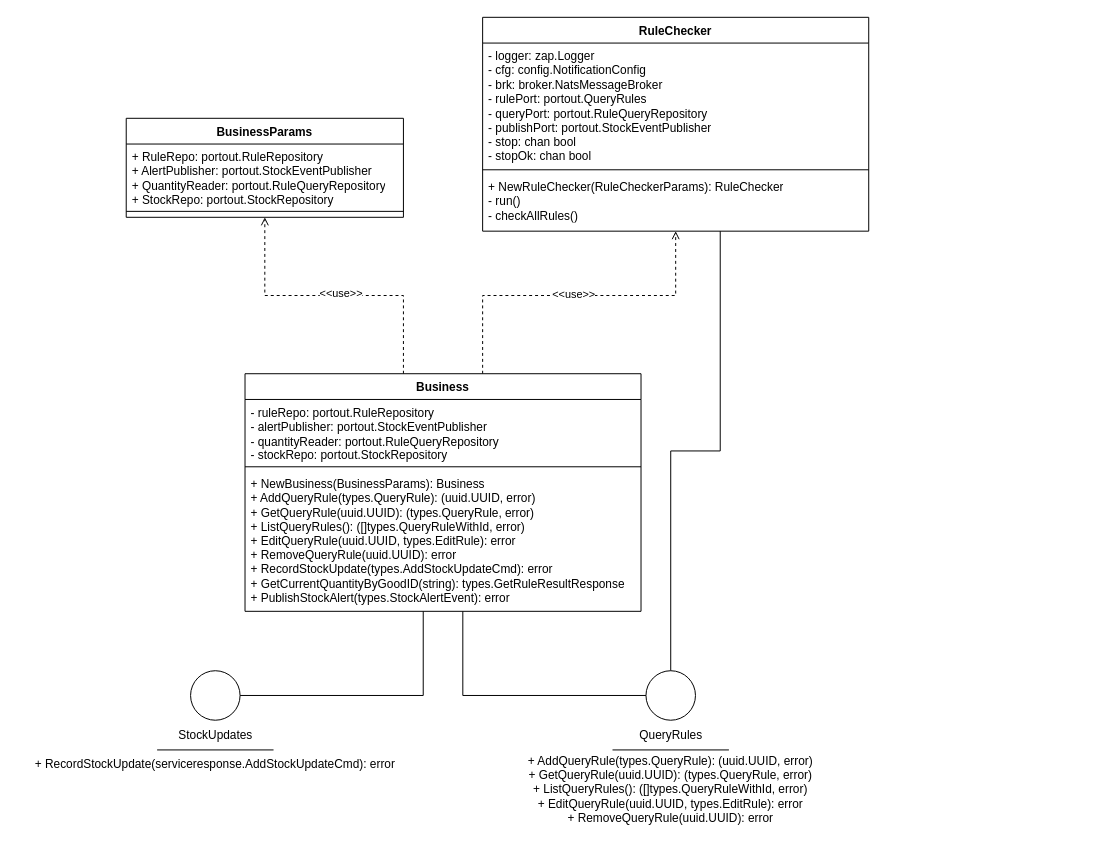
This is page "business" (3 of 4) of assets/drawio/notification.drawio from alimitedgroup/alimitedgroup.github.io, a draw.io file, before an edit. Source tidied: cells renumbered, new cells numbered last; positions are measured from the earlier drawing's top-left corner, leaving out a move shared by most shapes. Both pictures are drawn from the tidied source at 99%, with x=0, y=0 at pixel (17, 17).
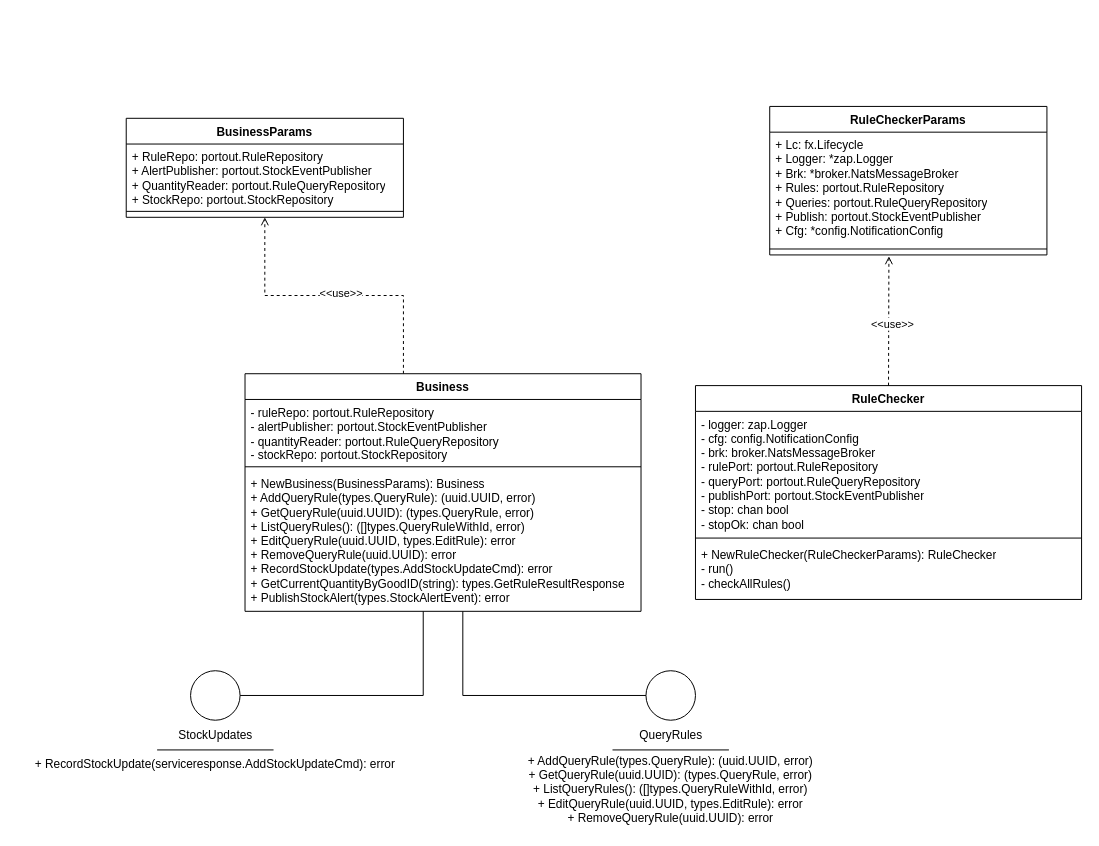
The same diagram, later.

Commit message (it also covers changes not shown here):
aggiunte varie agli UML

The change refers to these unchanged cells:
```xml
<mxCell id="6" value="Business" style="swimlane;fontStyle=1;align=center;verticalAlign=top;horizontal=1;startSize=26;whiteSpace=wrap;html=1;" parent="1" vertex="1">
  <mxGeometry x="230" y="360" width="400" height="240" as="geometry" />
</mxCell>
<mxCell id="16" style="ellipse;whiteSpace=wrap;html=1;" parent="1" vertex="1">
  <mxGeometry x="635" y="660" width="50" height="50" as="geometry" />
</mxCell>
```

The edit, as a diff of the source:
```diff
@@
-    <mxCell id="4" style="edgeStyle=orthogonalEdgeStyle;shape=connector;rounded=0;jettySize=auto;html=1;entryX=0.5;entryY=1;entryDx=0;entryDy=0;dashed=1;strokeColor=default;align=center;verticalAlign=middle;fontFamily=Helvetica;fontSize=11;fontColor=default;labelBackgroundColor=default;endArrow=open;endFill=0;" parent="1" edge="1" source="6" target="25">
-      <mxGeometry relative="1" as="geometry">
-        <Array as="points">
-          <mxPoint x="470" y="281" />
-          <mxPoint x="665" y="281" />
-        </Array>
-      </mxGeometry>
-    </mxCell>
-    <mxCell id="5" value="&amp;lt;&amp;lt;use&amp;gt;&amp;gt;" style="edgeLabel;html=1;align=center;verticalAlign=middle;fontFamily=Helvetica;fontSize=11;fontColor=default;labelBackgroundColor=default;" parent="4" vertex="1">
-      <mxGeometry y="2" relative="1" as="geometry" />
-    </mxCell>
@@
-    <mxCell id="15" style="edgeStyle=orthogonalEdgeStyle;shape=connector;rounded=0;jettySize=auto;html=1;strokeColor=default;align=center;verticalAlign=middle;fontFamily=Helvetica;fontSize=11;fontColor=default;labelBackgroundColor=default;startArrow=none;startFill=0;endArrow=none;endFill=0;endSize=8;" parent="1" edge="1" source="16" target="25">
-      <mxGeometry relative="1" as="geometry">
-        <Array as="points">
-          <mxPoint x="660" y="438" />
-          <mxPoint x="710" y="438" />
-        </Array>
-      </mxGeometry>
-    </mxCell>
@@
     <mxCell id="25" value="RuleChecker" style="swimlane;fontStyle=1;align=center;verticalAlign=top;horizontal=1;startSize=26;whiteSpace=wrap;html=1;" parent="1" vertex="1">
-      <mxGeometry x="470" width="390" height="216" as="geometry" />
+      <mxGeometry x="685" y="372" width="390" height="216" as="geometry" />
     </mxCell>
-    <mxCell id="26" value="- logger: zap.Logger&lt;br&gt;- cfg: config.NotificationConfig&lt;br&gt;- brk: broker.NatsMessageBroker&lt;br&gt;- rulePort: portout.QueryRules&lt;br&gt;- queryPort: portout.RuleQueryRepository&lt;br&gt;- publishPort: portout.StockEventPublisher&lt;br&gt;- stop: chan bool&lt;br&gt;- stopOk: chan bool" style="text;strokeColor=none;fillColor=none;align=left;verticalAlign=top;spacingLeft=4;spacingRight=4;overflow=hidden;whiteSpace=wrap;html=1;" parent="25" vertex="1">
+    <mxCell id="26" value="- logger: zap.Logger&lt;br&gt;- cfg: config.NotificationConfig&lt;br&gt;- brk: broker.NatsMessageBroker&lt;br&gt;- rulePort: portout.RuleRepository&lt;br&gt;- queryPort: portout.RuleQueryRepository&lt;br&gt;- publishPort: portout.StockEventPublisher&lt;br&gt;- stop: chan bool&lt;br&gt;- stopOk: chan bool" style="text;strokeColor=none;fillColor=none;align=left;verticalAlign=top;spacingLeft=4;spacingRight=4;overflow=hidden;whiteSpace=wrap;html=1;" parent="25" vertex="1">
       <mxGeometry y="26" width="390" height="124" as="geometry" />
     </mxCell>
@@
+    <mxCell id="29" value="RuleCheckerParams" style="swimlane;fontStyle=1;align=center;verticalAlign=top;horizontal=1;startSize=26;whiteSpace=wrap;html=1;" parent="1" vertex="1">
+      <mxGeometry x="760" y="90" width="280" height="150" as="geometry" />
+    </mxCell>
+    <mxCell id="30" value="&lt;div&gt;+ Lc: fx.Lifecycle&lt;/div&gt;&lt;div&gt;&lt;span style=&quot;background-color: transparent; color: light-dark(rgb(0, 0, 0), rgb(255, 255, 255));&quot;&gt;+ Logger: *zap.Logger&lt;/span&gt;&lt;/div&gt;&lt;div&gt;&lt;span style=&quot;white-space: normal;&quot;&gt;+ Brk: *broker.NatsMessageBroker&lt;/span&gt;&lt;/div&gt;&lt;div&gt;&lt;span style=&quot;white-space: normal;&quot;&gt;+ Rules: portout.&lt;/span&gt;&lt;span style=&quot;background-color: transparent;&quot;&gt;RuleRepository&lt;/span&gt;&lt;/div&gt;&lt;div&gt;&lt;span style=&quot;white-space: normal;&quot;&gt;+ Queries: portout.RuleQueryRepository&lt;/span&gt;&lt;/div&gt;&lt;div&gt;&lt;span style=&quot;white-space: normal;&quot;&gt;+ Publish: portout.StockEventPublisher&lt;/span&gt;&lt;/div&gt;&lt;div&gt;&lt;span style=&quot;white-space: normal;&quot;&gt;+ Cfg: *config.NotificationConfig&lt;/span&gt;&lt;/div&gt;" style="text;strokeColor=none;fillColor=none;align=left;verticalAlign=top;spacingLeft=4;spacingRight=4;overflow=hidden;whiteSpace=wrap;html=1;" parent="29" vertex="1">
+      <mxGeometry y="26" width="280" height="114" as="geometry" />
+    </mxCell>
+    <mxCell id="31" style="line;strokeWidth=1;fillColor=none;align=left;verticalAlign=middle;spacingTop=-1;spacingLeft=3;spacingRight=3;labelPosition=right;strokeColor=inherit;" parent="29" vertex="1">
+      <mxGeometry y="140" width="280" height="8" as="geometry" />
+    </mxCell>
+    <mxCell id="32" style="text;strokeColor=none;fillColor=none;align=left;verticalAlign=top;spacingLeft=4;spacingRight=4;overflow=hidden;points=[[0,0.5],[1,0.5]];portConstraint=eastwest;whiteSpace=wrap;html=1;" parent="29" vertex="1">
+      <mxGeometry y="148" width="280" height="2" as="geometry" />
+    </mxCell>
+    <mxCell id="33" style="shape=connector;rounded=0;jettySize=auto;html=1;dashed=1;strokeColor=default;align=center;verticalAlign=middle;fontFamily=Helvetica;fontSize=11;fontColor=default;labelBackgroundColor=default;endArrow=open;endFill=0;exitX=0.5;exitY=0;exitDx=0;exitDy=0;entryX=0.43;entryY=1.667;entryDx=0;entryDy=0;entryPerimeter=0;" parent="1" edge="1" source="25" target="32">
+      <mxGeometry relative="1" as="geometry" />
+    </mxCell>
+    <mxCell id="5" value="&amp;lt;&amp;lt;use&amp;gt;&amp;gt;" style="edgeLabel;html=1;align=center;verticalAlign=middle;fontFamily=Helvetica;fontSize=11;fontColor=default;labelBackgroundColor=default;" parent="33" vertex="1">
+      <mxGeometry x="-0.04" y="-3" relative="1" as="geometry" />
+    </mxCell>
```
